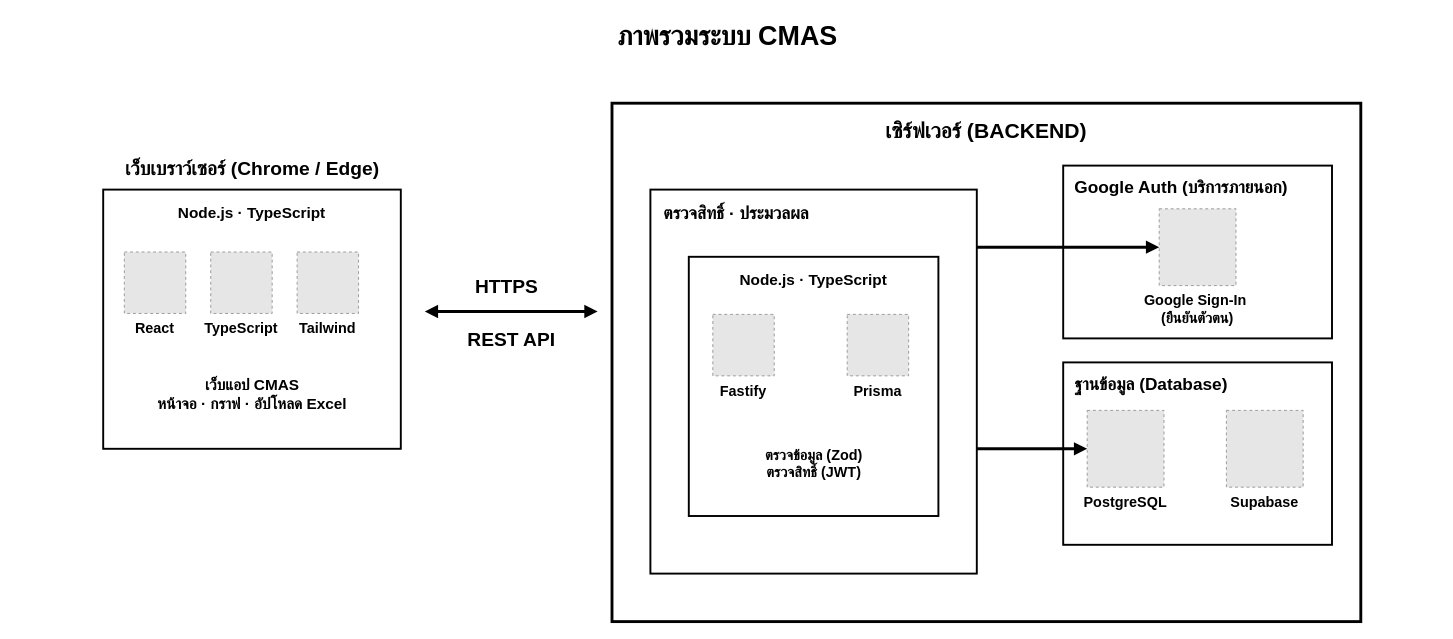
Earlier version of the draw.io diagram page "Overview" (3 of 3) of docs/diagrams/architecture/CMAS-Architecture-Overview.drawio (SIET-KMITL-INCEPTIO/CMAS-CLO). Source tidied: cells renumbered, new cells numbered last; positions are measured from the earlier drawing's top-left corner, leaving out a move shared by most shapes. Both pictures are drawn from the tidied source at 96%, with x=0, y=0 at pixel (16, 16). Pictures stored in the file or linked from it are replaced by grey dashed boxes.
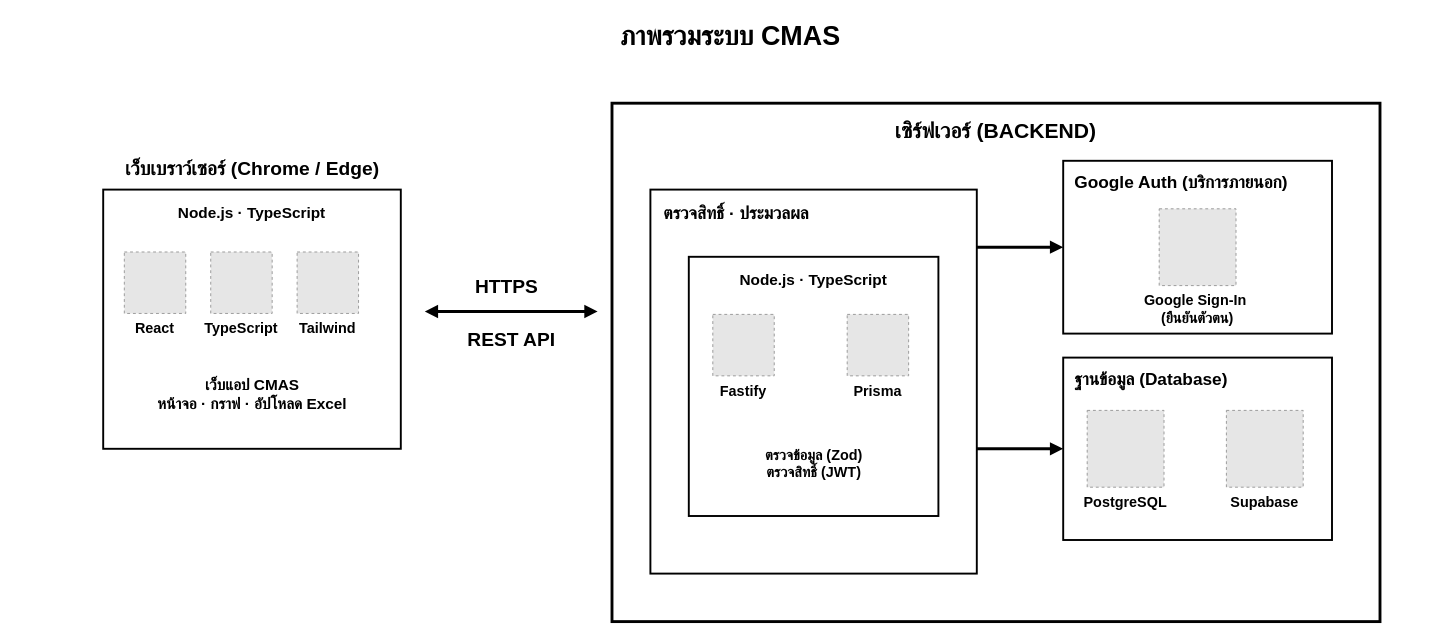
After the change.

Commit message:
docs: update architecture diagram overview and adjust layout for clarity

Unchanged cells that the change refers to:
```xml
<mxCell id="12" value="ตรวจสิทธิ์ · ประมวลผล" style="rounded=0;whiteSpace=wrap;html=1;fillColor=none;strokeColor=#000000;strokeWidth=2;fontSize=18;fontStyle=1;verticalAlign=top;align=left;spacingLeft=12;spacingTop=8;" parent="1" vertex="1">
  <mxGeometry x="660" y="180" width="340" height="400" as="geometry" />
</mxCell>
<mxCell id="19" value="Google Sign-In &#10;(ยืนยันตัวตน)" style="fillColor=#E6E6E6;strokeColor=#999999;dashed=1;verticalLabelPosition=bottom;verticalAlign=top;labelBackgroundColor=none;fontSize=15;fontStyle=1;" parent="1" vertex="1">
  <mxGeometry x="1190" y="200" width="80" height="80" as="geometry" />
</mxCell>
<mxCell id="20" value="PostgreSQL" style="fillColor=#E6E6E6;strokeColor=#999999;dashed=1;verticalLabelPosition=bottom;verticalAlign=top;labelBackgroundColor=none;fontSize=15;fontStyle=1;" parent="1" vertex="1">
  <mxGeometry x="1115" y="410" width="80" height="80" as="geometry" />
</mxCell>
```

The edit, as a diff of the source:
```diff
@@
     <mxCell id="2" value="ภาพรวมระบบ CMAS" style="text;html=1;align=center;verticalAlign=middle;fontStyle=1;fontSize=28;" parent="1" vertex="1">
-      <mxGeometry width="1480" height="40" as="geometry" />
+      <mxGeometry x="610" width="266" height="40" as="geometry" />
     </mxCell>
@@
     <mxCell id="11" value="เซิร์ฟเวอร์ (BACKEND)" style="rounded=0;whiteSpace=wrap;html=1;fillColor=none;strokeColor=#000000;strokeWidth=3;fontSize=22;fontStyle=1;verticalAlign=top;align=center;spacingTop=10;" parent="1" vertex="1">
-      <mxGeometry x="620" y="90" width="780" height="540" as="geometry" />
+      <mxGeometry x="620" y="90" width="800" height="540" as="geometry" />
     </mxCell>
@@
     <mxCell id="17" value="Google Auth (บริการภายนอก)" style="rounded=0;whiteSpace=wrap;html=1;fillColor=none;strokeColor=#000000;strokeWidth=2;fontSize=18;fontStyle=1;verticalAlign=top;align=left;spacingLeft=10;spacingTop=6;" parent="1" vertex="1">
-      <mxGeometry x="1090" y="155" width="280" height="180" as="geometry" />
+      <mxGeometry x="1090" y="150" width="280" height="180" as="geometry" />
     </mxCell>
     <mxCell id="18" value="ฐานข้อมูล (Database)" style="rounded=0;whiteSpace=wrap;html=1;fillColor=none;strokeColor=#000000;strokeWidth=2;fontSize=18;fontStyle=1;verticalAlign=top;align=left;spacingLeft=10;spacingTop=6;" parent="1" vertex="1">
-      <mxGeometry x="1090" y="360" width="280" height="190" as="geometry" />
+      <mxGeometry x="1090" y="355" width="280" height="190" as="geometry" />
     </mxCell>
@@
-    <mxCell id="22" style="edgeStyle=orthogonalEdgeStyle;rounded=0;html=1;strokeWidth=3;strokeColor=#000000;endArrow=block;endFill=1;fontSize=18;fontStyle=1;labelBackgroundColor=#FFFFFF;exitX=1;exitY=0.15;entryX=0;entryY=0.5;" parent="1" edge="1" source="12" target="19">
+    <mxCell id="22" style="edgeStyle=orthogonalEdgeStyle;rounded=0;html=1;strokeWidth=3;strokeColor=#000000;endArrow=block;endFill=1;fontSize=18;fontStyle=1;labelBackgroundColor=#FFFFFF;exitX=1;exitY=0.15;entryX=0;entryY=0.5;entryDx=0;entryDy=0;" parent="1" edge="1" source="12" target="17">
       <mxGeometry relative="1" as="geometry" />
     </mxCell>
-    <mxCell id="23" style="edgeStyle=orthogonalEdgeStyle;rounded=0;html=1;strokeWidth=3;strokeColor=#000000;endArrow=block;endFill=1;fontSize=18;fontStyle=1;labelBackgroundColor=#FFFFFF;exitX=1;exitY=0.675;entryX=0;entryY=0.5;" parent="1" edge="1" source="12" target="20">
+    <mxCell id="23" style="edgeStyle=orthogonalEdgeStyle;rounded=0;html=1;strokeWidth=3;strokeColor=#000000;endArrow=block;endFill=1;fontSize=18;fontStyle=1;labelBackgroundColor=#FFFFFF;exitX=1;exitY=0.675;entryX=0;entryY=0.5;entryDx=0;entryDy=0;" parent="1" edge="1" source="12" target="18">
       <mxGeometry relative="1" as="geometry" />
     </mxCell>
```
